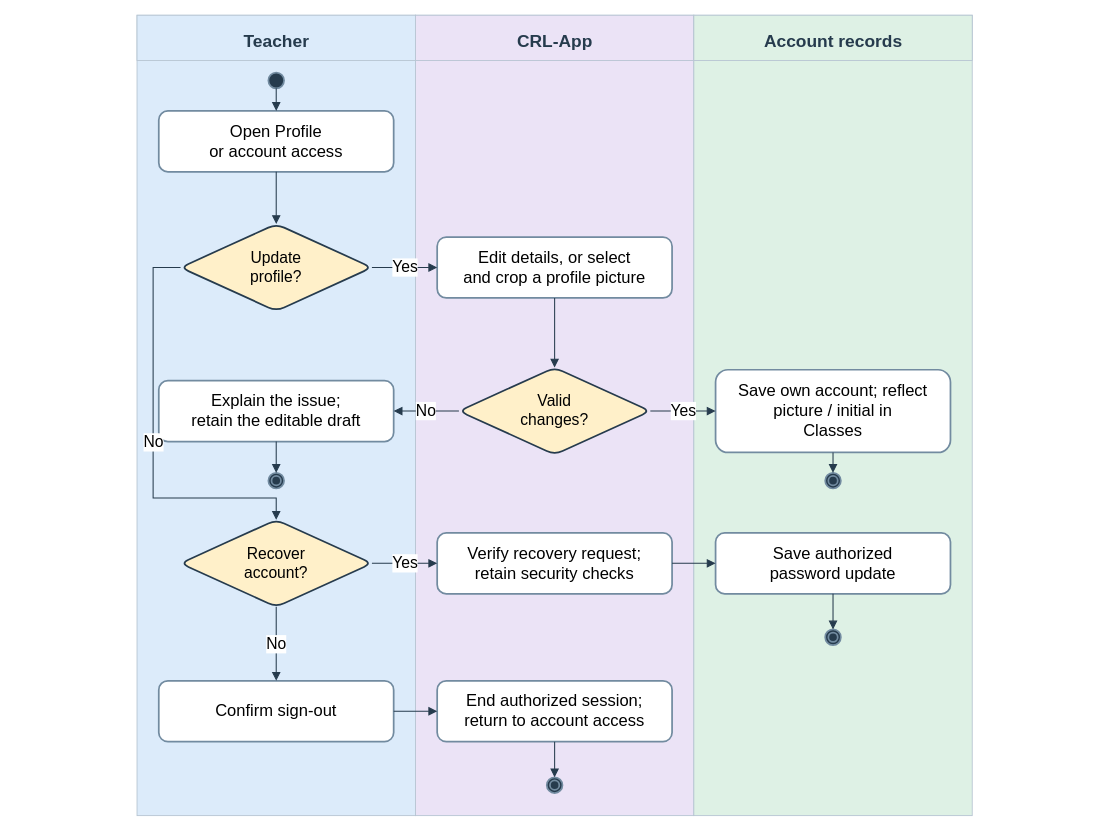
Before: docs/diagrams/class-workspaces/figure-14-profile-recovery.drawio in AkuSayangKamuJudaSayang/crl-app, a draw.io diagram. Source tidied: cells renumbered, new cells numbered last; positions are measured from the earlier drawing's top-left corner, leaving out a move shared by most shapes. Both pictures are drawn from the tidied source at 87%, with x=0, y=0 at pixel (15, 15).
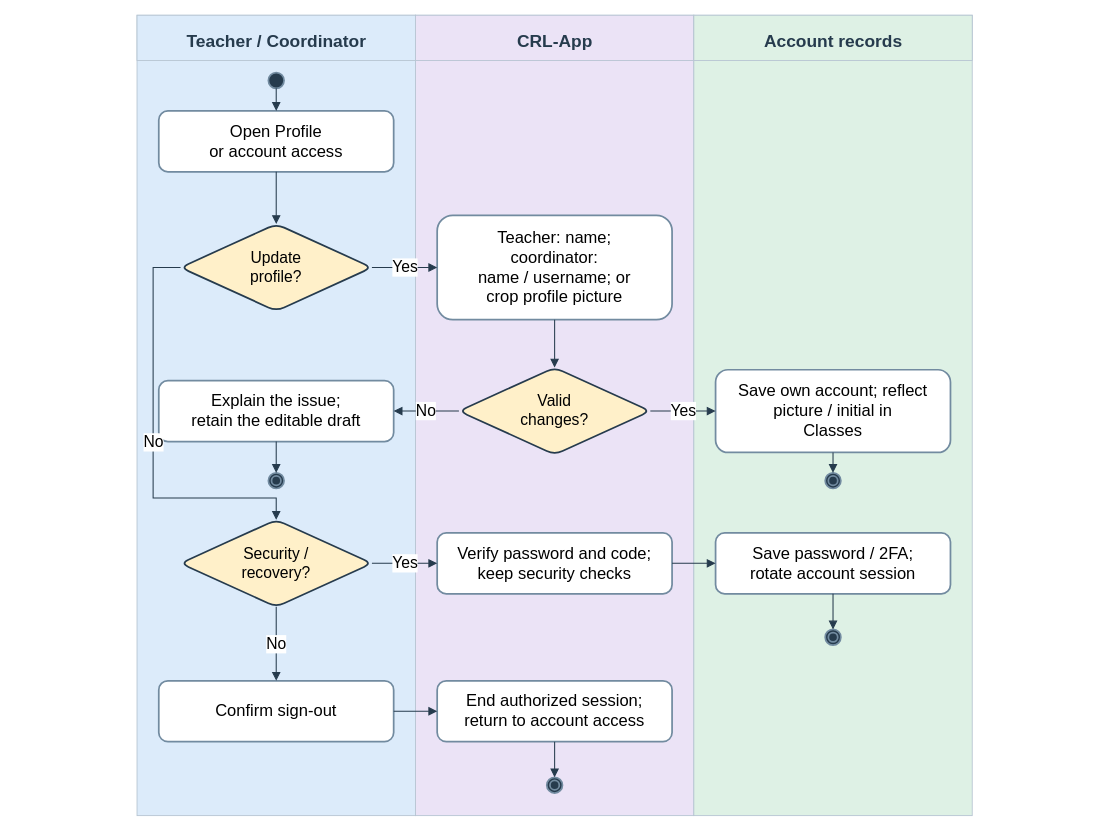
After the change.

Change to the diagram source:
```diff
@@
-    <mxCell id="4" value="Teacher" style="text;html=1;fontFamily=Arial;align=center;verticalAlign=top;fontSize=20;fontColor=#263b4d;fontStyle=1;strokeColor=none;fillColor=none;" parent="1" vertex="1">
+    <mxCell id="4" value="Teacher / Coordinator" style="text;html=1;fontFamily=Arial;align=center;verticalAlign=top;fontSize=20;fontColor=#263b4d;fontStyle=1;strokeColor=none;fillColor=none;" parent="1" vertex="1">
       <mxGeometry y="11" width="600" height="24" as="geometry" />
     </mxCell>
@@
-    <mxCell id="14" value="Edit details, or select&lt;br&gt;and crop a profile picture" style="rounded=1;whiteSpace=wrap;html=1;fontFamily=Arial;fillColor=#ffffff;strokeColor=#728ba0;strokeWidth=2;fontSize=19;" parent="1" vertex="1">
-      <mxGeometry x="485" y="255" width="270" height="70" as="geometry" />
+    <mxCell id="14" value="Teacher: name;&lt;br&gt;coordinator:&lt;br&gt;name / username; or&lt;br&gt;crop profile picture" style="rounded=1;whiteSpace=wrap;html=1;fontFamily=Arial;fillColor=#ffffff;strokeColor=#728ba0;strokeWidth=2;fontSize=19;" parent="1" vertex="1">
+      <mxGeometry x="485" y="230" width="270" height="120" as="geometry" />
     </mxCell>
@@
-    <mxCell id="20" value="Recover&lt;br&gt;account?" style="rounded=1;whiteSpace=wrap;html=1;fontFamily=Arial;fillColor=#ffffff;strokeColor=#728ba0;strokeWidth=2;fontSize=19;shape=rhombus;strokeColor=#263b4d;fillColor=#fff0c9;fontSize=18;" parent="1" vertex="1">
+    <mxCell id="20" value="Security /&lt;br&gt;recovery?" style="rounded=1;whiteSpace=wrap;html=1;fontFamily=Arial;fillColor=#ffffff;strokeColor=#728ba0;strokeWidth=2;fontSize=19;shape=rhombus;strokeColor=#263b4d;fillColor=#fff0c9;fontSize=18;" parent="1" vertex="1">
       <mxGeometry x="190" y="580" width="220" height="100" as="geometry" />
     </mxCell>
-    <mxCell id="21" value="Verify recovery request;&lt;br&gt;retain security checks" style="rounded=1;whiteSpace=wrap;html=1;fontFamily=Arial;fillColor=#ffffff;strokeColor=#728ba0;strokeWidth=2;fontSize=19;" parent="1" vertex="1">
+    <mxCell id="21" value="Verify password and code;&lt;br&gt;keep security checks" style="rounded=1;whiteSpace=wrap;html=1;fontFamily=Arial;fillColor=#ffffff;strokeColor=#728ba0;strokeWidth=2;fontSize=19;" parent="1" vertex="1">
       <mxGeometry x="485" y="595" width="270" height="70" as="geometry" />
     </mxCell>
-    <mxCell id="22" value="Save authorized&lt;br&gt;password update" style="rounded=1;whiteSpace=wrap;html=1;fontFamily=Arial;fillColor=#ffffff;strokeColor=#728ba0;strokeWidth=2;fontSize=19;" parent="1" vertex="1">
+    <mxCell id="22" value="Save password / 2FA;&lt;br&gt;rotate account session" style="rounded=1;whiteSpace=wrap;html=1;fontFamily=Arial;fillColor=#ffffff;strokeColor=#728ba0;strokeWidth=2;fontSize=19;" parent="1" vertex="1">
       <mxGeometry x="805" y="595" width="270" height="70" as="geometry" />
     </mxCell>
```
